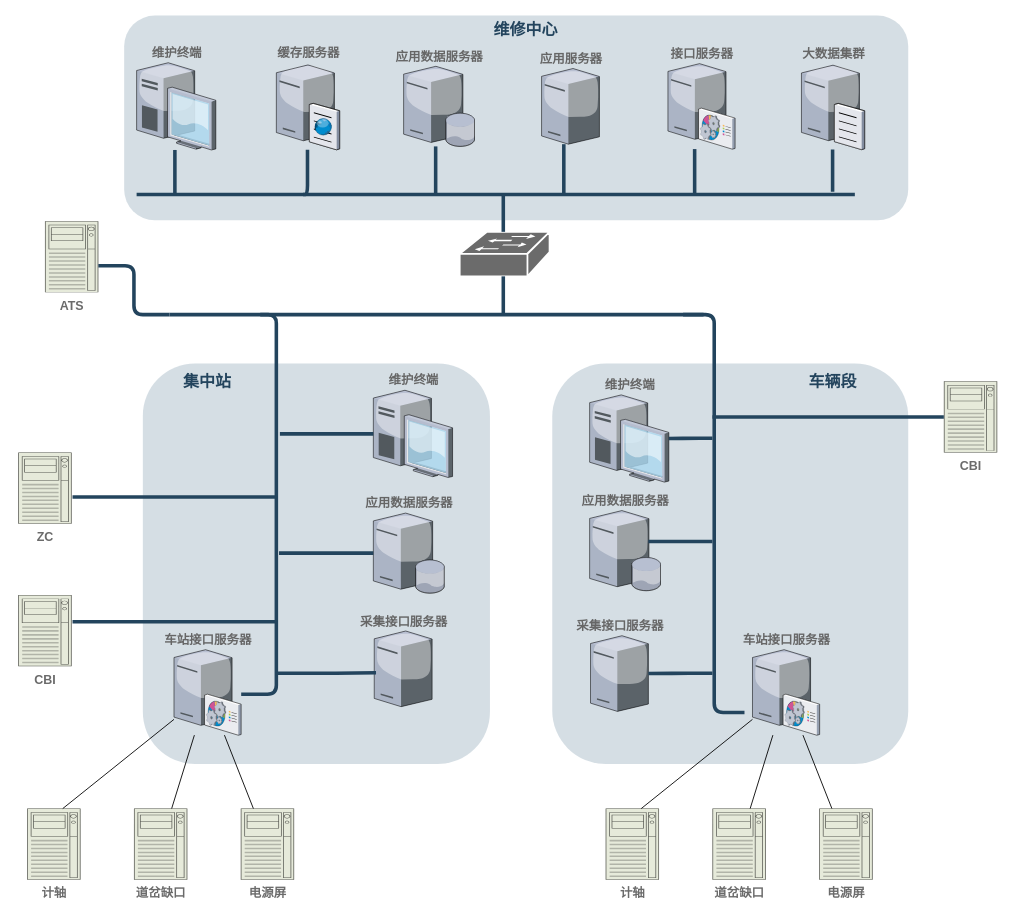
This is IMS-Deployment.drawio from how-chwong/nug, a draw.io file, before an edit. Source tidied: cells renumbered, new cells numbered last; positions are measured from the earlier drawing's top-left corner, leaving out a move shared by most shapes. Both pictures are drawn from the tidied source at 89%, with x=0, y=0 at pixel (18, 15).
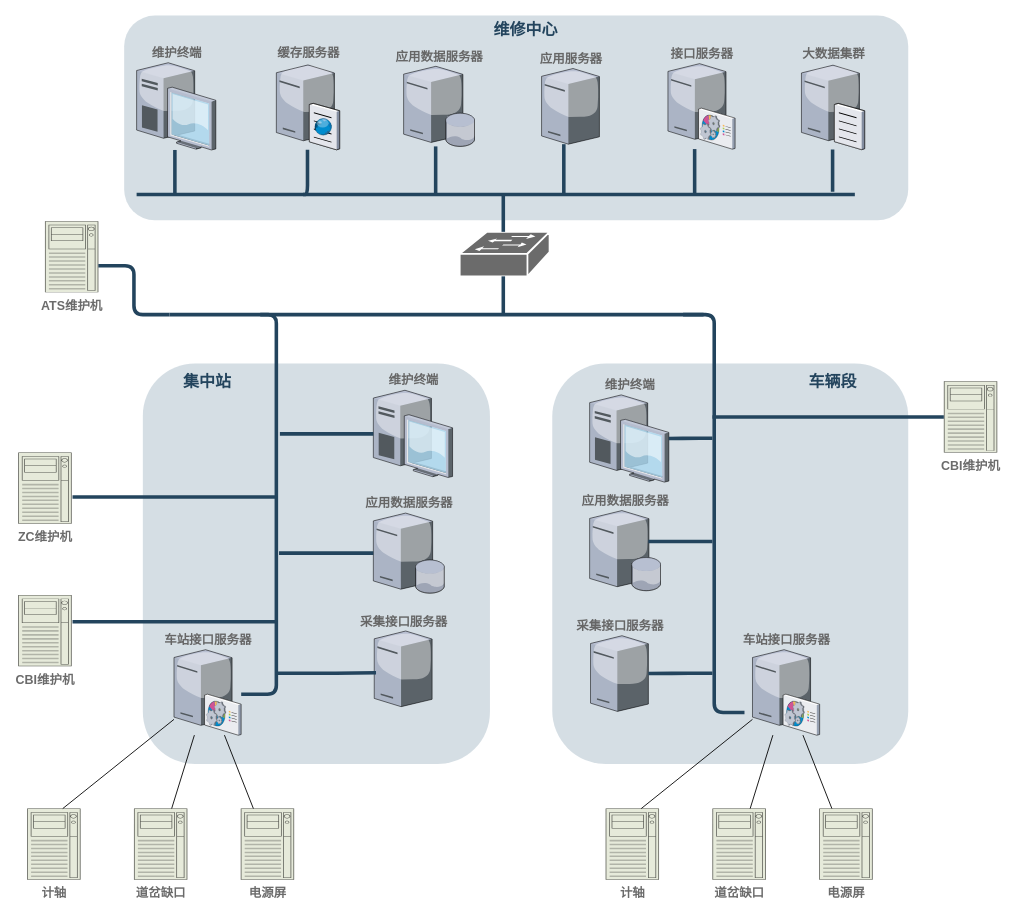
The same page after the edit.

What changed in the source:
```diff
@@
-    <mxCell id="36" value="ZC" style="strokeColor=#666666;html=1;verticalLabelPosition=bottom;labelBackgroundColor=#ffffff;verticalAlign=top;shadow=0;dashed=0;shape=mxgraph.rack.general.server_2;fillColor=#e6eada;fontSize=14;fontStyle=1;fontColor=#6B6B6B;" parent="1" vertex="1">
+    <mxCell id="36" value="ZC维护机" style="strokeColor=#666666;html=1;verticalLabelPosition=bottom;labelBackgroundColor=#ffffff;verticalAlign=top;shadow=0;dashed=0;shape=mxgraph.rack.general.server_2;fillColor=#e6eada;fontSize=14;fontStyle=1;fontColor=#6B6B6B;" parent="1" vertex="1">
       <mxGeometry y="491" width="60" height="80" as="geometry" />
     </mxCell>
-    <mxCell id="37" value="CBI" style="strokeColor=#666666;html=1;verticalLabelPosition=bottom;labelBackgroundColor=#ffffff;verticalAlign=top;shadow=0;dashed=0;shape=mxgraph.rack.general.server_2;fillColor=#e6eada;fontSize=14;fontStyle=1;fontColor=#6B6B6B;" parent="1" vertex="1">
+    <mxCell id="37" value="CBI维护机" style="strokeColor=#666666;html=1;verticalLabelPosition=bottom;labelBackgroundColor=#ffffff;verticalAlign=top;shadow=0;dashed=0;shape=mxgraph.rack.general.server_2;fillColor=#e6eada;fontSize=14;fontStyle=1;fontColor=#6B6B6B;" parent="1" vertex="1">
       <mxGeometry y="651" width="60" height="80" as="geometry" />
     </mxCell>
@@
-    <mxCell id="55" value="CBI" style="strokeColor=#666666;html=1;verticalLabelPosition=bottom;labelBackgroundColor=#ffffff;verticalAlign=top;outlineConnect=0;shadow=0;dashed=0;shape=mxgraph.rack.general.server_2;fillColor=#e6eada;fontSize=14;fontStyle=1;fontColor=#6B6B6B;" parent="1" vertex="1">
+    <mxCell id="55" value="CBI维护机" style="strokeColor=#666666;html=1;verticalLabelPosition=bottom;labelBackgroundColor=#ffffff;verticalAlign=top;outlineConnect=0;shadow=0;dashed=0;shape=mxgraph.rack.general.server_2;fillColor=#e6eada;fontSize=14;fontStyle=1;fontColor=#6B6B6B;" parent="1" vertex="1">
       <mxGeometry x="1040" y="411" width="60" height="80" as="geometry" />
     </mxCell>
@@
-    <mxCell id="59" value="ATS" style="strokeColor=#666666;html=1;verticalLabelPosition=bottom;labelBackgroundColor=#ffffff;verticalAlign=top;shadow=0;dashed=0;shape=mxgraph.rack.general.server_2;fillColor=#e6eada;fontSize=14;fontStyle=1;fontColor=#6B6B6B;" parent="1" vertex="1">
+    <mxCell id="59" value="ATS维护机" style="strokeColor=#666666;html=1;verticalLabelPosition=bottom;labelBackgroundColor=#ffffff;verticalAlign=top;shadow=0;dashed=0;shape=mxgraph.rack.general.server_2;fillColor=#e6eada;fontSize=14;fontStyle=1;fontColor=#6B6B6B;" parent="1" vertex="1">
       <mxGeometry x="30" y="231" width="60" height="80" as="geometry" />
     </mxCell>
```
